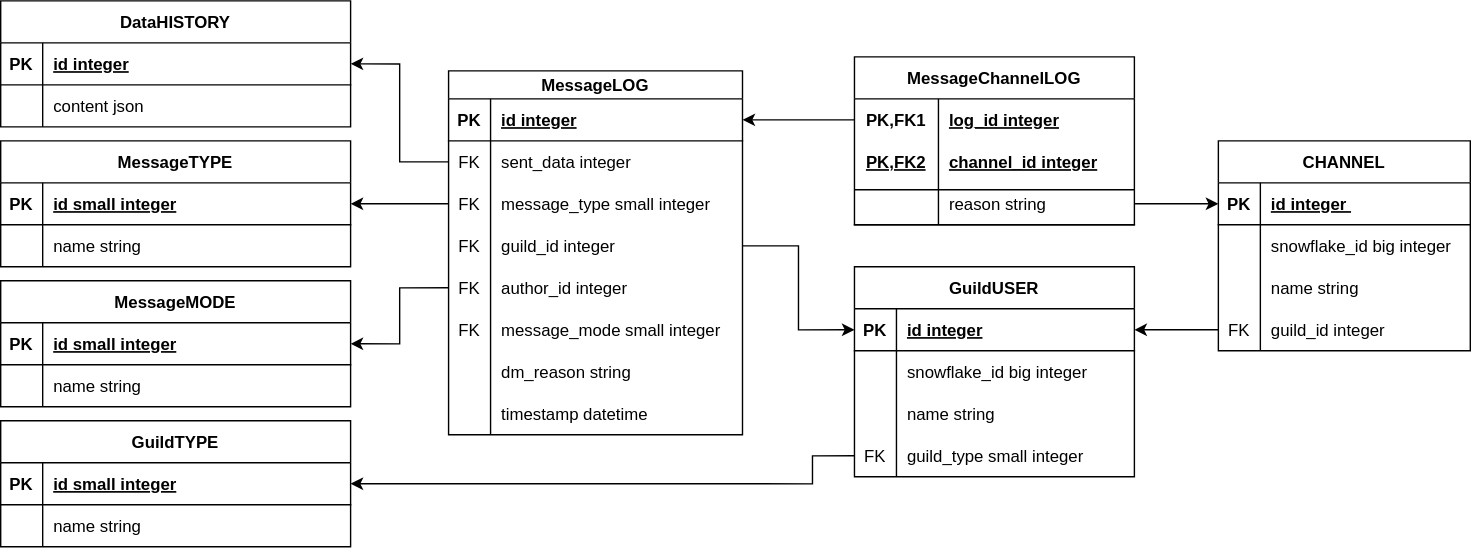
Before: docs/images/sql_er.drawio.svg, a diagram exported from draw.io (davidhozic/discord-advertisement-framework). Source tidied: cells renumbered, new cells last; positions are measured from the earlier drawing's top-left corner, leaving out a move shared by most shapes.
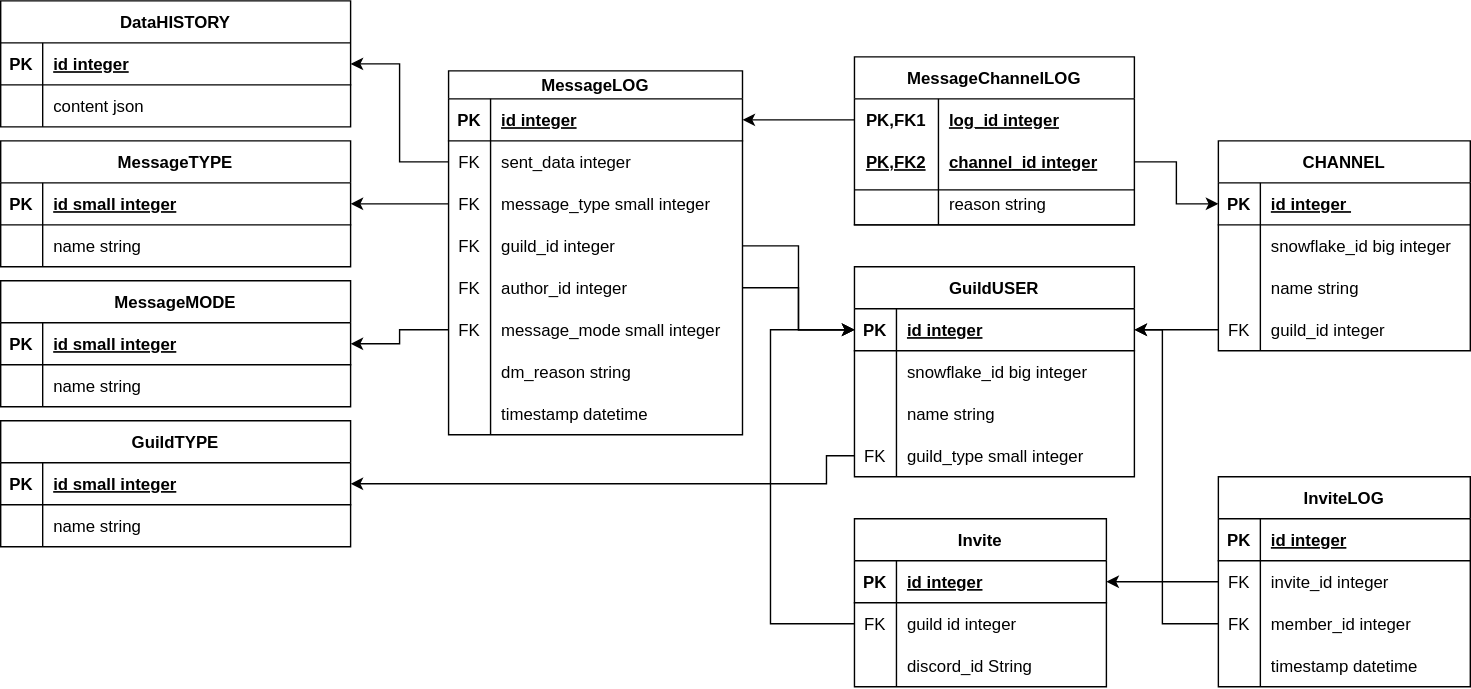
The same file after the commit.

Diff of the diagram source:
```diff
@@ -170,8 +170,13 @@
     <mxCell id="57" style="edgeStyle=orthogonalEdgeStyle;rounded=0;jettySize=auto;html=1;entryX=1;entryY=0.5;entryDx=0;entryDy=0;" parent="1" edge="1" source="38" target="10">
       <mxGeometry relative="1" as="geometry" />
     </mxCell>
-    <mxCell id="58" style="edgeStyle=orthogonalEdgeStyle;rounded=0;jettySize=auto;html=1;exitX=0;exitY=0.5;exitDx=0;exitDy=0;entryX=1;entryY=0.5;entryDx=0;entryDy=0;" parent="1" edge="1" source="44" target="25">
-      <mxGeometry relative="1" as="geometry" />
+    <mxCell id="58" style="edgeStyle=orthogonalEdgeStyle;rounded=0;jettySize=auto;html=1;exitX=1;exitY=0.5;exitDx=0;exitDy=0;entryX=0;entryY=0.5;entryDx=0;entryDy=0;" parent="1" edge="1" source="44" target="85">
+      <mxGeometry relative="1" as="geometry">
+        <Array as="points">
+          <mxPoint x="570" y="205" />
+          <mxPoint x="570" y="235" />
+        </Array>
+      </mxGeometry>
     </mxCell>
     <mxCell id="59" value="MessageChannelLOG" style="shape=table;startSize=30;rowLines=0;fontStyle=1;align=center;strokeColor=default;fillColor=none;" parent="1" vertex="1">
       <mxGeometry x="610" y="40" width="200" height="120" as="geometry" />
@@ -245,7 +250,7 @@
     <mxCell id="82" value="guild_id integer" style="shape=partialRectangle;fillColor=none;top=0;left=0;bottom=0;right=0;align=left;spacingLeft=6;overflow=hidden;strokeColor=default;" parent="80" vertex="1">
       <mxGeometry x="30" width="150" height="30" as="geometry" />
     </mxCell>
-    <mxCell id="83" style="edgeStyle=orthogonalEdgeStyle;rounded=0;jettySize=auto;html=1;entryX=0;entryY=0.5;entryDx=0;entryDy=0;" parent="1" edge="1" source="66" target="71">
+    <mxCell id="83" style="edgeStyle=orthogonalEdgeStyle;rounded=0;jettySize=auto;html=1;entryX=0;entryY=0.5;entryDx=0;entryDy=0;exitX=1;exitY=0.5;exitDx=0;exitDy=0;" parent="1" edge="1" source="63" target="71">
       <mxGeometry relative="1" as="geometry" />
     </mxCell>
     <mxCell id="84" value="GuildUSER" style="shape=table;startSize=30;rowLines=0;fontStyle=1;align=center;strokeColor=default;fillColor=none;" parent="1" vertex="1">
@@ -291,18 +296,114 @@
       <mxGeometry relative="1" as="geometry" />
     </mxCell>
     <mxCell id="98" style="edgeStyle=orthogonalEdgeStyle;rounded=0;jettySize=auto;html=1;entryX=0;entryY=0.5;entryDx=0;entryDy=0;" parent="1" edge="1" source="41" target="85">
-      <mxGeometry relative="1" as="geometry" />
+      <mxGeometry relative="1" as="geometry">
+        <Array as="points">
+          <mxPoint x="570" y="175" />
+          <mxPoint x="570" y="235" />
+        </Array>
+      </mxGeometry>
     </mxCell>
     <mxCell id="99" style="edgeStyle=orthogonalEdgeStyle;rounded=0;jettySize=auto;html=1;exitX=0;exitY=0.5;exitDx=0;exitDy=0;entryX=1;entryY=0.5;entryDx=0;entryDy=0;" parent="1" edge="1" source="94" target="17">
       <mxGeometry relative="1" as="geometry">
         <Array as="points">
-          <mxPoint x="580" y="325" />
-          <mxPoint x="580" y="345" />
+          <mxPoint x="590" y="325" />
+          <mxPoint x="590" y="345" />
         </Array>
       </mxGeometry>
     </mxCell>
     <mxCell id="100" style="line;strokeWidth=1;dashed=0;labelPosition=right;align=left;verticalAlign=middle;spacingTop=0;spacingLeft=6;" parent="1" vertex="1">
       <mxGeometry x="610" y="130" width="200" height="10" as="geometry" />
     </mxCell>
+    <mxCell id="101" style="edgeStyle=orthogonalEdgeStyle;rounded=0;jettySize=auto;html=1;exitX=0;exitY=0.5;exitDx=0;exitDy=0;entryX=1;entryY=0.5;entryDx=0;entryDy=0;" parent="1" edge="1" source="47" target="25">
+      <mxGeometry relative="1" as="geometry" />
+    </mxCell>
+    <mxCell id="102" value="Invite" style="shape=table;startSize=30;rowLines=0;fontStyle=1;align=center;" parent="1" vertex="1">
+      <mxGeometry x="610" y="370" width="180" height="120" as="geometry" />
+    </mxCell>
+    <mxCell id="103" style="shape=tableRow;horizontal=0;startSize=0;swimlaneHead=0;swimlaneBody=0;fillColor=none;points=[[0,0.5],[1,0.5]];portConstraint=eastwest;top=0;left=0;right=0;bottom=1;" parent="102" vertex="1">
+      <mxGeometry y="30" width="180" height="30" as="geometry" />
+    </mxCell>
+    <mxCell id="104" value="PK" style="shape=partialRectangle;fillColor=none;top=0;left=0;bottom=0;right=0;fontStyle=1;overflow=hidden;" parent="103" vertex="1">
+      <mxGeometry width="30" height="30" as="geometry" />
+    </mxCell>
+    <mxCell id="105" value="id integer" style="shape=partialRectangle;fillColor=none;top=0;left=0;bottom=0;right=0;align=left;spacingLeft=6;fontStyle=5;overflow=hidden;" parent="103" vertex="1">
+      <mxGeometry x="30" width="150" height="30" as="geometry" />
+    </mxCell>
+    <mxCell id="106" style="shape=tableRow;horizontal=0;startSize=0;swimlaneHead=0;swimlaneBody=0;fillColor=none;points=[[0,0.5],[1,0.5]];portConstraint=eastwest;top=0;left=0;right=0;bottom=0;" parent="102" vertex="1">
+      <mxGeometry y="60" width="180" height="30" as="geometry" />
+    </mxCell>
+    <mxCell id="107" value="FK" style="shape=partialRectangle;fillColor=none;top=0;left=0;bottom=0;right=0;overflow=hidden;" parent="106" vertex="1">
+      <mxGeometry width="30" height="30" as="geometry" />
+    </mxCell>
+    <mxCell id="108" value="guild id integer" style="shape=partialRectangle;fillColor=none;top=0;left=0;bottom=0;right=0;align=left;spacingLeft=6;overflow=hidden;" parent="106" vertex="1">
+      <mxGeometry x="30" width="150" height="30" as="geometry" />
+    </mxCell>
+    <mxCell id="109" style="shape=tableRow;horizontal=0;startSize=0;swimlaneHead=0;swimlaneBody=0;fillColor=none;top=0;left=0;right=0;bottom=0;" parent="102" vertex="1">
+      <mxGeometry y="90" width="180" height="30" as="geometry" />
+    </mxCell>
+    <mxCell id="110" style="shape=partialRectangle;fillColor=none;top=0;left=0;bottom=0;right=0;overflow=hidden;" parent="109" vertex="1">
+      <mxGeometry width="30" height="30" as="geometry" />
+    </mxCell>
+    <mxCell id="111" value="discord_id String" style="shape=partialRectangle;fillColor=none;top=0;left=0;bottom=0;right=0;align=left;spacingLeft=6;overflow=hidden;" parent="109" vertex="1">
+      <mxGeometry x="30" width="150" height="30" as="geometry" />
+    </mxCell>
+    <mxCell id="112" value="InviteLOG" style="shape=table;startSize=30;rowLines=0;fontStyle=1;align=center;" parent="1" vertex="1">
+      <mxGeometry x="870" y="340" width="180" height="150" as="geometry" />
+    </mxCell>
+    <mxCell id="113" style="shape=tableRow;horizontal=0;startSize=0;swimlaneHead=0;swimlaneBody=0;fillColor=none;top=0;left=0;right=0;bottom=1;" parent="112" vertex="1">
+      <mxGeometry y="30" width="180" height="30" as="geometry" />
+    </mxCell>
+    <mxCell id="114" value="PK" style="shape=partialRectangle;fillColor=none;top=0;left=0;bottom=0;right=0;fontStyle=1;overflow=hidden;" parent="113" vertex="1">
+      <mxGeometry width="30" height="30" as="geometry" />
+    </mxCell>
+    <mxCell id="115" value="id integer" style="shape=partialRectangle;fillColor=none;top=0;left=0;bottom=0;right=0;align=left;spacingLeft=6;fontStyle=5;overflow=hidden;" parent="113" vertex="1">
+      <mxGeometry x="30" width="150" height="30" as="geometry" />
+    </mxCell>
+    <mxCell id="116" style="shape=tableRow;horizontal=0;startSize=0;swimlaneHead=0;swimlaneBody=0;fillColor=none;points=[[0,0.5],[1,0.5]];portConstraint=eastwest;top=0;left=0;right=0;bottom=0;" parent="112" vertex="1">
+      <mxGeometry y="60" width="180" height="30" as="geometry" />
+    </mxCell>
+    <mxCell id="117" value="FK" style="shape=partialRectangle;fillColor=none;top=0;left=0;bottom=0;right=0;overflow=hidden;" parent="116" vertex="1">
+      <mxGeometry width="30" height="30" as="geometry" />
+    </mxCell>
+    <mxCell id="118" value="invite_id integer" style="shape=partialRectangle;fillColor=none;top=0;left=0;bottom=0;right=0;align=left;spacingLeft=6;overflow=hidden;" parent="116" vertex="1">
+      <mxGeometry x="30" width="150" height="30" as="geometry" />
+    </mxCell>
+    <mxCell id="119" style="shape=tableRow;horizontal=0;startSize=0;swimlaneHead=0;swimlaneBody=0;fillColor=none;points=[[0,0.5],[1,0.5]];portConstraint=eastwest;top=0;left=0;right=0;bottom=0;" parent="112" vertex="1">
+      <mxGeometry y="90" width="180" height="30" as="geometry" />
+    </mxCell>
+    <mxCell id="120" value="FK" style="shape=partialRectangle;fillColor=none;top=0;left=0;bottom=0;right=0;overflow=hidden;" parent="119" vertex="1">
+      <mxGeometry width="30" height="30" as="geometry" />
+    </mxCell>
+    <mxCell id="121" value="member_id integer" style="shape=partialRectangle;fillColor=none;top=0;left=0;bottom=0;right=0;align=left;spacingLeft=6;overflow=hidden;" parent="119" vertex="1">
+      <mxGeometry x="30" width="150" height="30" as="geometry" />
+    </mxCell>
+    <mxCell id="122" style="shape=tableRow;horizontal=0;startSize=0;swimlaneHead=0;swimlaneBody=0;fillColor=none;top=0;left=0;right=0;bottom=0;" parent="112" vertex="1">
+      <mxGeometry y="120" width="180" height="30" as="geometry" />
+    </mxCell>
+    <mxCell id="123" style="shape=partialRectangle;fillColor=none;top=0;left=0;bottom=0;right=0;overflow=hidden;" parent="122" vertex="1">
+      <mxGeometry width="30" height="30" as="geometry" />
+    </mxCell>
+    <mxCell id="124" value="timestamp datetime" style="shape=partialRectangle;fillColor=none;top=0;left=0;bottom=0;right=0;align=left;spacingLeft=6;overflow=hidden;" parent="122" vertex="1">
+      <mxGeometry x="30" width="150" height="30" as="geometry" />
+    </mxCell>
+    <mxCell id="125" style="edgeStyle=orthogonalEdgeStyle;rounded=0;jettySize=auto;html=1;entryX=1;entryY=0.5;entryDx=0;entryDy=0;" parent="1" edge="1" source="116" target="103">
+      <mxGeometry relative="1" as="geometry" />
+    </mxCell>
+    <mxCell id="126" style="edgeStyle=orthogonalEdgeStyle;rounded=0;jettySize=auto;html=1;entryX=1;entryY=0.5;entryDx=0;entryDy=0;" parent="1" edge="1" source="119" target="85">
+      <mxGeometry relative="1" as="geometry">
+        <Array as="points">
+          <mxPoint x="830" y="445" />
+          <mxPoint x="830" y="235" />
+        </Array>
+      </mxGeometry>
+    </mxCell>
+    <mxCell id="127" style="edgeStyle=orthogonalEdgeStyle;rounded=0;jettySize=auto;html=1;entryX=0;entryY=0.5;entryDx=0;entryDy=0;" parent="1" edge="1" source="106" target="85">
+      <mxGeometry relative="1" as="geometry">
+        <Array as="points">
+          <mxPoint x="550" y="445" />
+          <mxPoint x="550" y="235" />
+        </Array>
+      </mxGeometry>
+    </mxCell>
   </root>
 </mxGraphModel>
```
